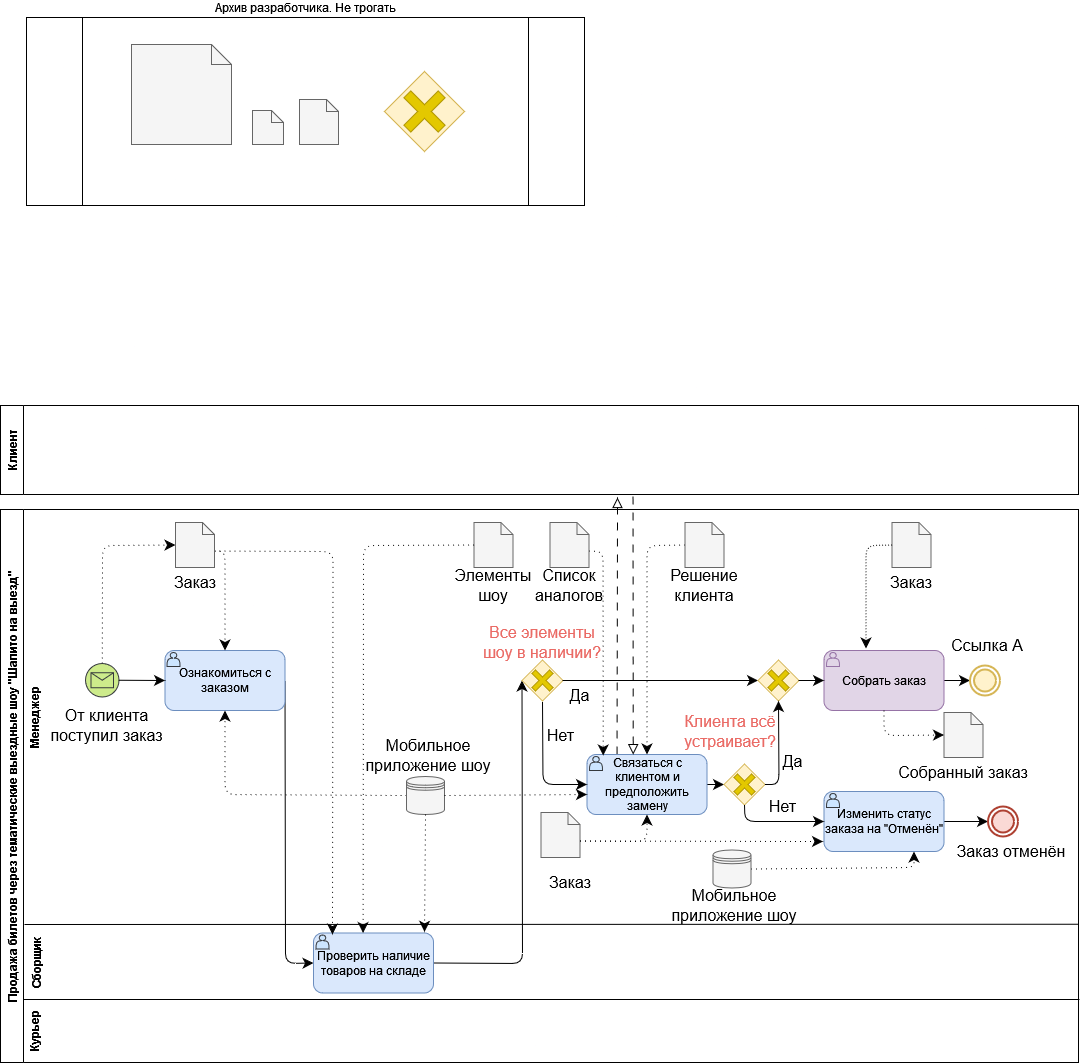
Helpmepleaseitishard/database-design-4-semester keeps this draw.io diagram as Pbd1-Page-1.drawio.png. Above is the earlier version. Source tidied: cells renumbered, new cells last; positions are measured from the earlier drawing's top-left corner, leaving out a move shared by most shapes.
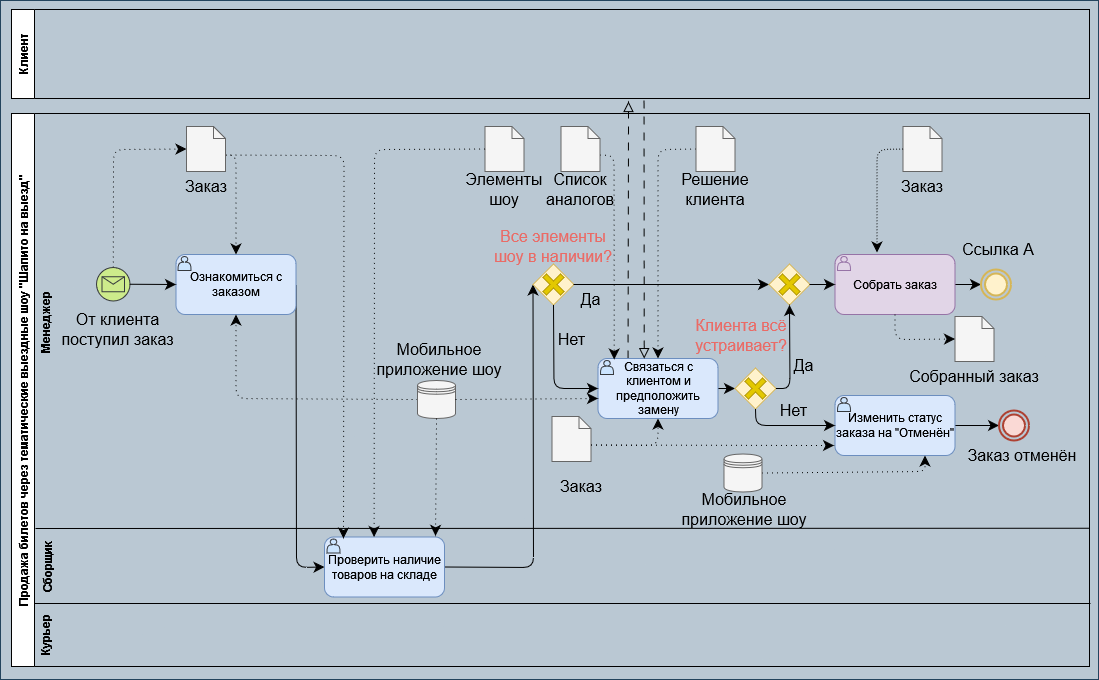
The same file after the commit.

Change to the diagram source:
```diff
@@ -2,21 +2,15 @@
   <root>
     <mxCell id="0" />
     <mxCell id="1" parent="0" />
-    <mxCell id="2" value="Архив разработчика. Не трогать" style="shape=process;whiteSpace=wrap;html=1;backgroundOutline=1;labelPosition=center;verticalLabelPosition=top;align=center;verticalAlign=bottom;" parent="1" vertex="1">
-      <mxGeometry x="199" width="558" height="188" as="geometry" />
-    </mxCell>
+    <mxCell id="94" style="rounded=0;whiteSpace=wrap;html=1;fillColor=#bac8d3;strokeColor=#23445d;" parent="1" vertex="1">
+      <mxGeometry x="162" y="379" width="1098" height="679" as="geometry" />
+    </mxCell>
     <mxCell id="3" value="&lt;b&gt;Курьер&lt;/b&gt;" style="text;html=1;align=center;verticalAlign=middle;whiteSpace=wrap;rounded=0;rotation=-90;" parent="1" vertex="1">
       <mxGeometry x="175.2" y="1002.2" width="63.5" height="23" as="geometry" />
     </mxCell>
     <mxCell id="4" value="&lt;b&gt;Менеджер&lt;/b&gt;" style="text;html=1;align=center;verticalAlign=middle;whiteSpace=wrap;rounded=0;rotation=-90;" parent="1" vertex="1">
       <mxGeometry x="-0.5" y="688.5" width="415" height="23" as="geometry" />
     </mxCell>
-    <mxCell id="5" style="rhombus;whiteSpace=wrap;html=1;fillColor=#fff2cc;strokeColor=#d6b656;" parent="1" vertex="1">
-      <mxGeometry x="557" y="54" width="80" height="80" as="geometry" />
-    </mxCell>
-    <mxCell id="6" style="shape=cross;whiteSpace=wrap;html=1;fillColor=#e3c800;strokeColor=#B09500;rotation=45;fontColor=#000000;" parent="1" vertex="1">
-      <mxGeometry x="572.8" y="69.8" width="48.5" height="48.5" as="geometry" />
-    </mxCell>
     <mxCell id="7" style="group;labelBackgroundColor=default;" parent="1" vertex="1">
       <mxGeometry x="173" y="388" width="1078" height="657" as="geometry" />
     </mxCell>
@@ -346,14 +340,5 @@
     <mxCell id="90" value="Клиент" style="swimlane;horizontal=0;whiteSpace=wrap;html=1;" parent="7" vertex="1">
       <mxGeometry width="1078" height="89" as="geometry" />
     </mxCell>
-    <mxCell id="91" style="shape=note;size=20;whiteSpace=wrap;html=1;fillColor=#f5f5f5;strokeColor=#666666;fontColor=#333333;" parent="1" vertex="1">
-      <mxGeometry x="304" y="27" width="100" height="100" as="geometry" />
-    </mxCell>
-    <mxCell id="92" style="shape=note;size=12;whiteSpace=wrap;html=1;fillColor=#f5f5f5;strokeColor=#666666;fontColor=#333333;" parent="1" vertex="1">
-      <mxGeometry x="425" y="93" width="31" height="34" as="geometry" />
-    </mxCell>
-    <mxCell id="93" style="shape=note;size=12;whiteSpace=wrap;html=1;fillColor=#f5f5f5;strokeColor=#666666;fontColor=#333333;" parent="1" vertex="1">
-      <mxGeometry x="472" y="82" width="39" height="45" as="geometry" />
-    </mxCell>
   </root>
 </mxGraphModel>
```
